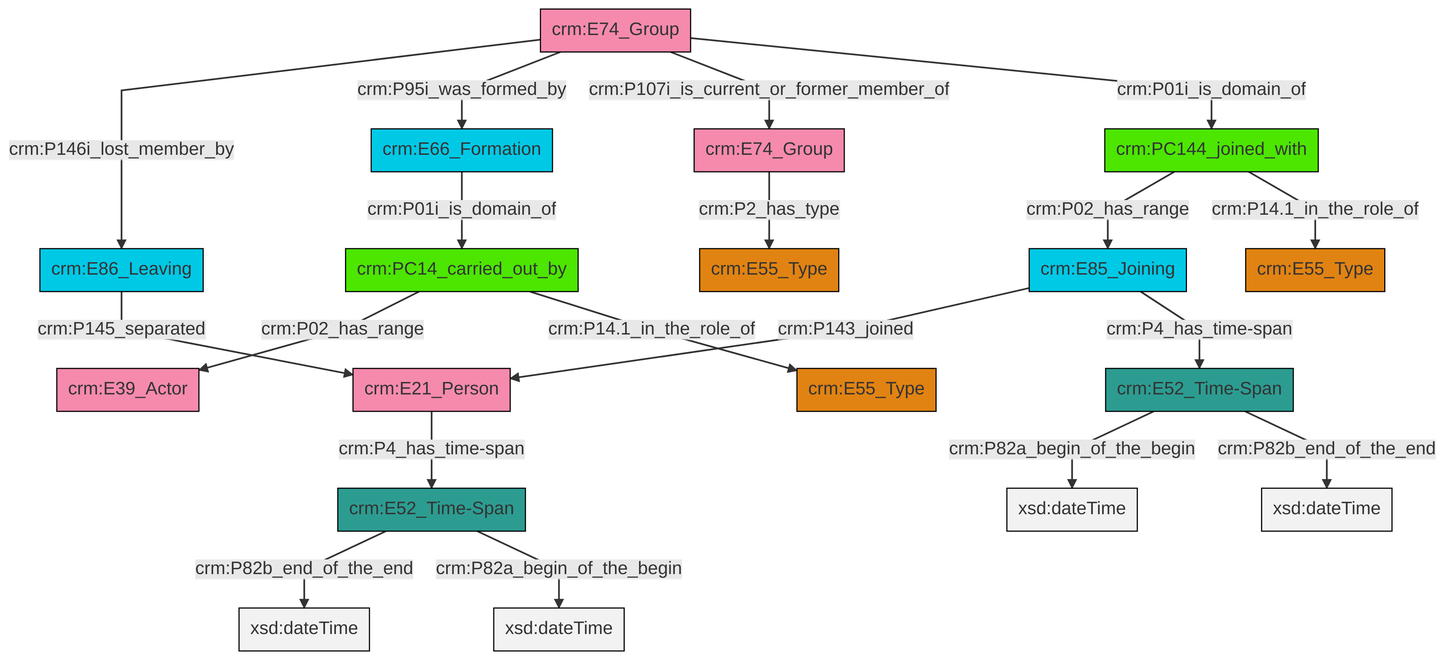
This is et/groupCSV/ttl/mmd/png/group_actor_relations.png from swiss-art-research-net/reference-data-models, a Mermaid export, as it was before one commit. Its source is kept beside it as et/groupCSV/ttl/mmd/group_actor_relations.ttl.mmd. The source it was exported from:
```mermaid
graph TD
classDef Literal fill:#f2f2f2,stroke:#000000;
classDef CRM_Entity fill:#FFFFFF,stroke:#000000;
classDef Temporal_Entity fill:#00C9E6, stroke:#000000;
classDef Type fill:#E18312, stroke:#000000;
classDef Time-Span fill:#2C9C91, stroke:#000000;
classDef Appellation fill:#FFEB7F, stroke:#000000;
classDef Place fill:#008836, stroke:#000000;
classDef Persistent_Item fill:#B266B2, stroke:#000000;
classDef Conceptual_Object fill:#FFD700, stroke:#000000;
classDef Physical_Thing fill:#D2B48C, stroke:#000000;
classDef Actor fill:#f58aad, stroke:#000000;
classDef PC_Classes fill:#4ce600, stroke:#000000;
classDef Multi fill:#cccccc,stroke:#000000;

0["crm:E74_Group"]:::Actor -->|crm:P146i_lost_member_by| 1["crm:E86_Leaving"]:::Temporal_Entity
4["crm:E74_Group"]:::Actor -->|crm:P2_has_type| 6["crm:E55_Type"]:::Type
9["crm:E52_Time-Span"]:::Time-Span -->|crm:P82b_end_of_the_end| 10[xsd:dateTime]:::Literal
11["crm:E21_Person"]:::Actor -->|crm:P4_has_time-span| 9["crm:E52_Time-Span"]:::Time-Span
17["crm:PC144_joined_with"]:::PC_Classes -->|crm:P02_has_range| 18["crm:E85_Joining"]:::Temporal_Entity
19["crm:PC14_carried_out_by"]:::PC_Classes -->|crm:P02_has_range| 12["crm:E39_Actor"]:::Actor
14["crm:E66_Formation"]:::Temporal_Entity -->|crm:P01i_is_domain_of| 19["crm:PC14_carried_out_by"]:::PC_Classes
17["crm:PC144_joined_with"]:::PC_Classes -->|crm:P14.1_in_the_role_of| 21["crm:E55_Type"]:::Type
1["crm:E86_Leaving"]:::Temporal_Entity -->|crm:P145_separated| 11["crm:E21_Person"]:::Actor
0["crm:E74_Group"]:::Actor -->|crm:P95i_was_formed_by| 14["crm:E66_Formation"]:::Temporal_Entity
18["crm:E85_Joining"]:::Temporal_Entity -->|crm:P143_joined| 11["crm:E21_Person"]:::Actor
0["crm:E74_Group"]:::Actor -->|crm:P107i_is_current_or_former_member_of| 4["crm:E74_Group"]:::Actor
19["crm:PC14_carried_out_by"]:::PC_Classes -->|crm:P14.1_in_the_role_of| 2["crm:E55_Type"]:::Type
0["crm:E74_Group"]:::Actor -->|crm:P01i_is_domain_of| 17["crm:PC144_joined_with"]:::PC_Classes
9["crm:E52_Time-Span"]:::Time-Span -->|crm:P82a_begin_of_the_begin| 28[xsd:dateTime]:::Literal
18["crm:E85_Joining"]:::Temporal_Entity -->|crm:P4_has_time-span| 7["crm:E52_Time-Span"]:::Time-Span
7["crm:E52_Time-Span"]:::Time-Span -->|crm:P82a_begin_of_the_begin| 32[xsd:dateTime]:::Literal
7["crm:E52_Time-Span"]:::Time-Span -->|crm:P82b_end_of_the_end| 34[xsd:dateTime]:::Literal
```
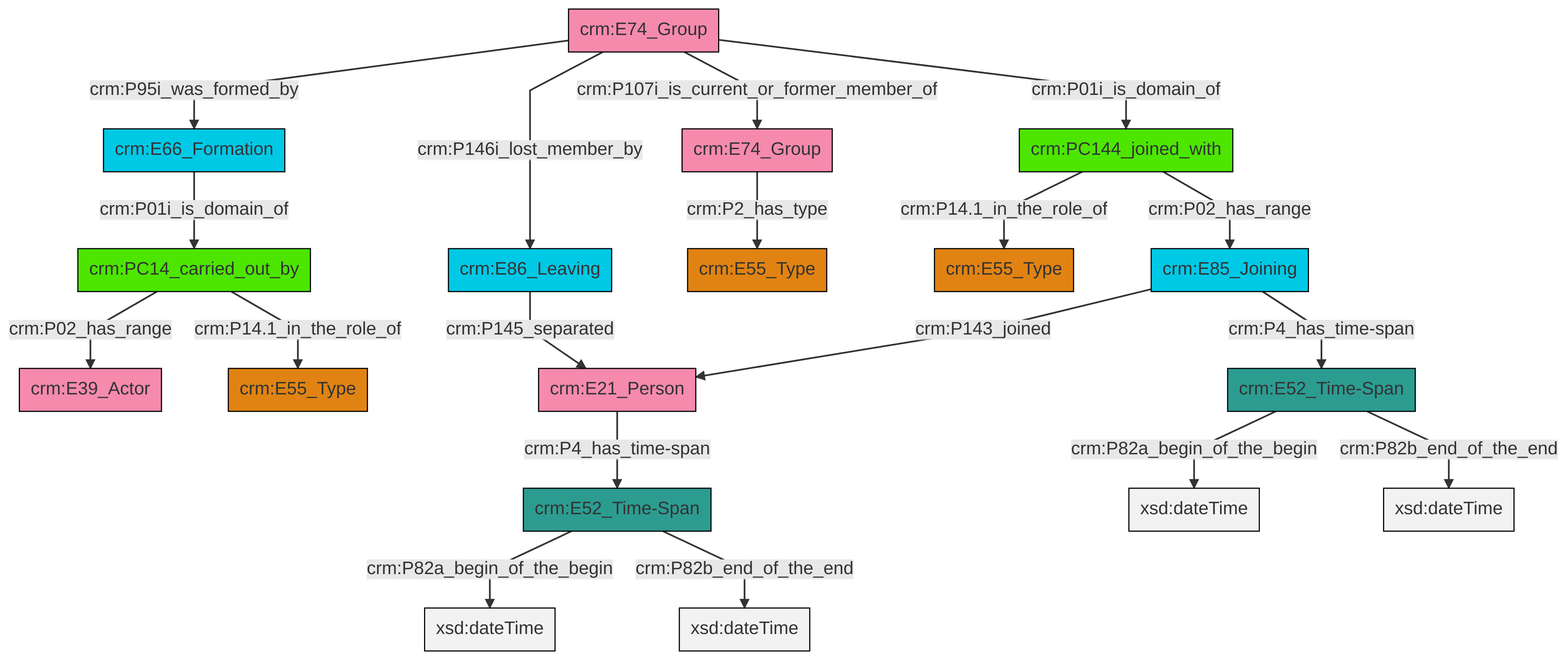
Above is the later version.

Diff of the diagram source:
```diff
@@ -13,21 +13,21 @@
 classDef PC_Classes fill:#4ce600, stroke:#000000;
 classDef Multi fill:#cccccc,stroke:#000000;
 
-0["crm:E74_Group"]:::Actor -->|crm:P146i_lost_member_by| 1["crm:E86_Leaving"]:::Temporal_Entity
-4["crm:E74_Group"]:::Actor -->|crm:P2_has_type| 6["crm:E55_Type"]:::Type
-9["crm:E52_Time-Span"]:::Time-Span -->|crm:P82b_end_of_the_end| 10[xsd:dateTime]:::Literal
-11["crm:E21_Person"]:::Actor -->|crm:P4_has_time-span| 9["crm:E52_Time-Span"]:::Time-Span
-17["crm:PC144_joined_with"]:::PC_Classes -->|crm:P02_has_range| 18["crm:E85_Joining"]:::Temporal_Entity
-19["crm:PC14_carried_out_by"]:::PC_Classes -->|crm:P02_has_range| 12["crm:E39_Actor"]:::Actor
-14["crm:E66_Formation"]:::Temporal_Entity -->|crm:P01i_is_domain_of| 19["crm:PC14_carried_out_by"]:::PC_Classes
-17["crm:PC144_joined_with"]:::PC_Classes -->|crm:P14.1_in_the_role_of| 21["crm:E55_Type"]:::Type
-1["crm:E86_Leaving"]:::Temporal_Entity -->|crm:P145_separated| 11["crm:E21_Person"]:::Actor
-0["crm:E74_Group"]:::Actor -->|crm:P95i_was_formed_by| 14["crm:E66_Formation"]:::Temporal_Entity
-18["crm:E85_Joining"]:::Temporal_Entity -->|crm:P143_joined| 11["crm:E21_Person"]:::Actor
-0["crm:E74_Group"]:::Actor -->|crm:P107i_is_current_or_former_member_of| 4["crm:E74_Group"]:::Actor
-19["crm:PC14_carried_out_by"]:::PC_Classes -->|crm:P14.1_in_the_role_of| 2["crm:E55_Type"]:::Type
-0["crm:E74_Group"]:::Actor -->|crm:P01i_is_domain_of| 17["crm:PC144_joined_with"]:::PC_Classes
-9["crm:E52_Time-Span"]:::Time-Span -->|crm:P82a_begin_of_the_begin| 28[xsd:dateTime]:::Literal
-18["crm:E85_Joining"]:::Temporal_Entity -->|crm:P4_has_time-span| 7["crm:E52_Time-Span"]:::Time-Span
-7["crm:E52_Time-Span"]:::Time-Span -->|crm:P82a_begin_of_the_begin| 32[xsd:dateTime]:::Literal
-7["crm:E52_Time-Span"]:::Time-Span -->|crm:P82b_end_of_the_end| 34[xsd:dateTime]:::Literal
+4["crm:PC144_joined_with"]:::PC_Classes -->|crm:P14.1_in_the_role_of| 5["crm:E55_Type"]:::Type
+6["crm:E74_Group"]:::Actor -->|crm:P2_has_type| 7["crm:E55_Type"]:::Type
+9["crm:E21_Person"]:::Actor -->|crm:P4_has_time-span| 10["crm:E52_Time-Span"]:::Time-Span
+2["crm:E85_Joining"]:::Temporal_Entity -->|crm:P143_joined| 9["crm:E21_Person"]:::Actor
+11["crm:E52_Time-Span"]:::Time-Span -->|crm:P82a_begin_of_the_begin| 12[xsd:dateTime]:::Literal
+16["crm:E74_Group"]:::Actor -->|crm:P95i_was_formed_by| 20["crm:E66_Formation"]:::Temporal_Entity
+10["crm:E52_Time-Span"]:::Time-Span -->|crm:P82a_begin_of_the_begin| 21[xsd:dateTime]:::Literal
+16["crm:E74_Group"]:::Actor -->|crm:P146i_lost_member_by| 0["crm:E86_Leaving"]:::Temporal_Entity
+0["crm:E86_Leaving"]:::Temporal_Entity -->|crm:P145_separated| 9["crm:E21_Person"]:::Actor
+14["crm:PC14_carried_out_by"]:::PC_Classes -->|crm:P02_has_range| 23["crm:E39_Actor"]:::Actor
+11["crm:E52_Time-Span"]:::Time-Span -->|crm:P82b_end_of_the_end| 24[xsd:dateTime]:::Literal
+16["crm:E74_Group"]:::Actor -->|crm:P107i_is_current_or_former_member_of| 6["crm:E74_Group"]:::Actor
+20["crm:E66_Formation"]:::Temporal_Entity -->|crm:P01i_is_domain_of| 14["crm:PC14_carried_out_by"]:::PC_Classes
+16["crm:E74_Group"]:::Actor -->|crm:P01i_is_domain_of| 4["crm:PC144_joined_with"]:::PC_Classes
+14["crm:PC14_carried_out_by"]:::PC_Classes -->|crm:P14.1_in_the_role_of| 18["crm:E55_Type"]:::Type
+2["crm:E85_Joining"]:::Temporal_Entity -->|crm:P4_has_time-span| 11["crm:E52_Time-Span"]:::Time-Span
+4["crm:PC144_joined_with"]:::PC_Classes -->|crm:P02_has_range| 2["crm:E85_Joining"]:::Temporal_Entity
+10["crm:E52_Time-Span"]:::Time-Span -->|crm:P82b_end_of_the_end| 34[xsd:dateTime]:::Literal
```
